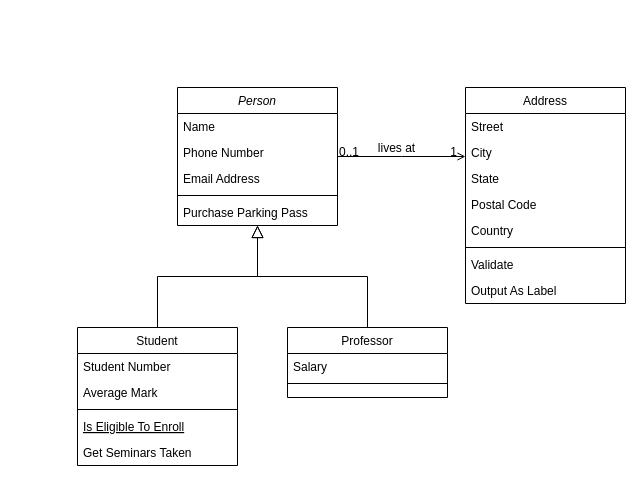
Earlier version of the draw.io diagram ressources/Design UML/Untitled Diagram.drawio (martemr/Project_chat_system). Source tidied: cells renumbered, new cells numbered last; positions are measured from the earlier drawing's top-left corner, leaving out a move shared by most shapes. Both pictures are drawn from the tidied source at 100%, with x=0, y=0 at pixel (77, 87).
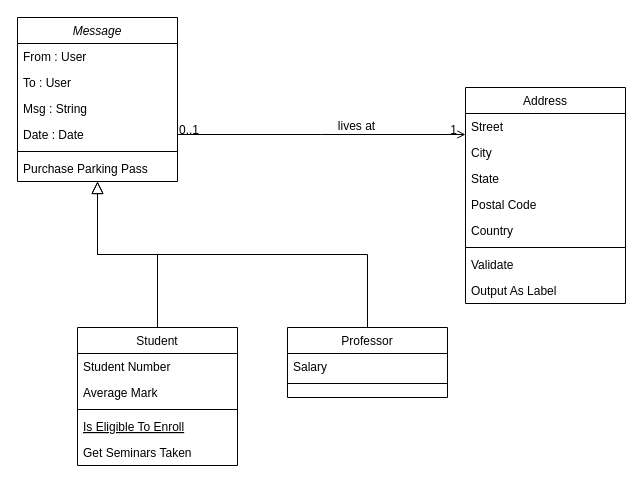
Above is the later version.

What changed in the source:
```diff
@@
-    <mxCell id="2" value="Person" style="swimlane;fontStyle=2;align=center;verticalAlign=top;horizontal=1;startSize=26;rounded=0;shadow=0;strokeWidth=1;" parent="1" vertex="1">
-      <mxGeometry x="100" width="160" height="138" as="geometry" />
+    <mxCell id="2" value="Message" style="swimlane;fontStyle=2;align=center;verticalAlign=top;horizontal=1;startSize=26;rounded=0;shadow=0;strokeWidth=1;" parent="1" vertex="1">
+      <mxGeometry x="-60" y="-70" width="160" height="164" as="geometry" />
     </mxCell>
-    <mxCell id="3" value="Name" style="text;align=left;verticalAlign=top;spacingLeft=4;spacingRight=4;overflow=hidden;" parent="2" vertex="1">
+    <mxCell id="3" value="From : User" style="text;align=left;verticalAlign=top;spacingLeft=4;spacingRight=4;overflow=hidden;" parent="2" vertex="1">
       <mxGeometry y="26" width="160" height="26" as="geometry" />
     </mxCell>
-    <mxCell id="4" value="Phone Number" style="text;align=left;verticalAlign=top;spacingLeft=4;spacingRight=4;overflow=hidden;rounded=0;shadow=0;html=0;" parent="2" vertex="1">
+    <mxCell id="4" value="To : User" style="text;align=left;verticalAlign=top;spacingLeft=4;spacingRight=4;overflow=hidden;rounded=0;shadow=0;html=0;" parent="2" vertex="1">
       <mxGeometry y="52" width="160" height="26" as="geometry" />
     </mxCell>
-    <mxCell id="5" value="Email Address" style="text;align=left;verticalAlign=top;spacingLeft=4;spacingRight=4;overflow=hidden;rounded=0;shadow=0;html=0;" parent="2" vertex="1">
+    <mxCell id="5" value="Msg : String" style="text;align=left;verticalAlign=top;spacingLeft=4;spacingRight=4;overflow=hidden;rounded=0;shadow=0;html=0;" parent="2" vertex="1">
       <mxGeometry y="78" width="160" height="26" as="geometry" />
     </mxCell>
+    <mxCell id="32" value="Date : Date" style="text;align=left;verticalAlign=top;spacingLeft=4;spacingRight=4;overflow=hidden;rounded=0;shadow=0;html=0;" parent="2" vertex="1">
+      <mxGeometry y="104" width="160" height="26" as="geometry" />
+    </mxCell>
     <mxCell id="6" style="line;html=1;strokeWidth=1;align=left;verticalAlign=middle;spacingTop=-1;spacingLeft=3;spacingRight=3;labelPosition=right;" parent="2" vertex="1">
-      <mxGeometry y="104" width="160" height="8" as="geometry" />
+      <mxGeometry y="130" width="160" height="8" as="geometry" />
     </mxCell>
     <mxCell id="7" value="Purchase Parking Pass" style="text;align=left;verticalAlign=top;spacingLeft=4;spacingRight=4;overflow=hidden;" parent="2" vertex="1">
-      <mxGeometry y="112" width="160" height="26" as="geometry" />
+      <mxGeometry y="138" width="160" height="26" as="geometry" />
     </mxCell>
```
